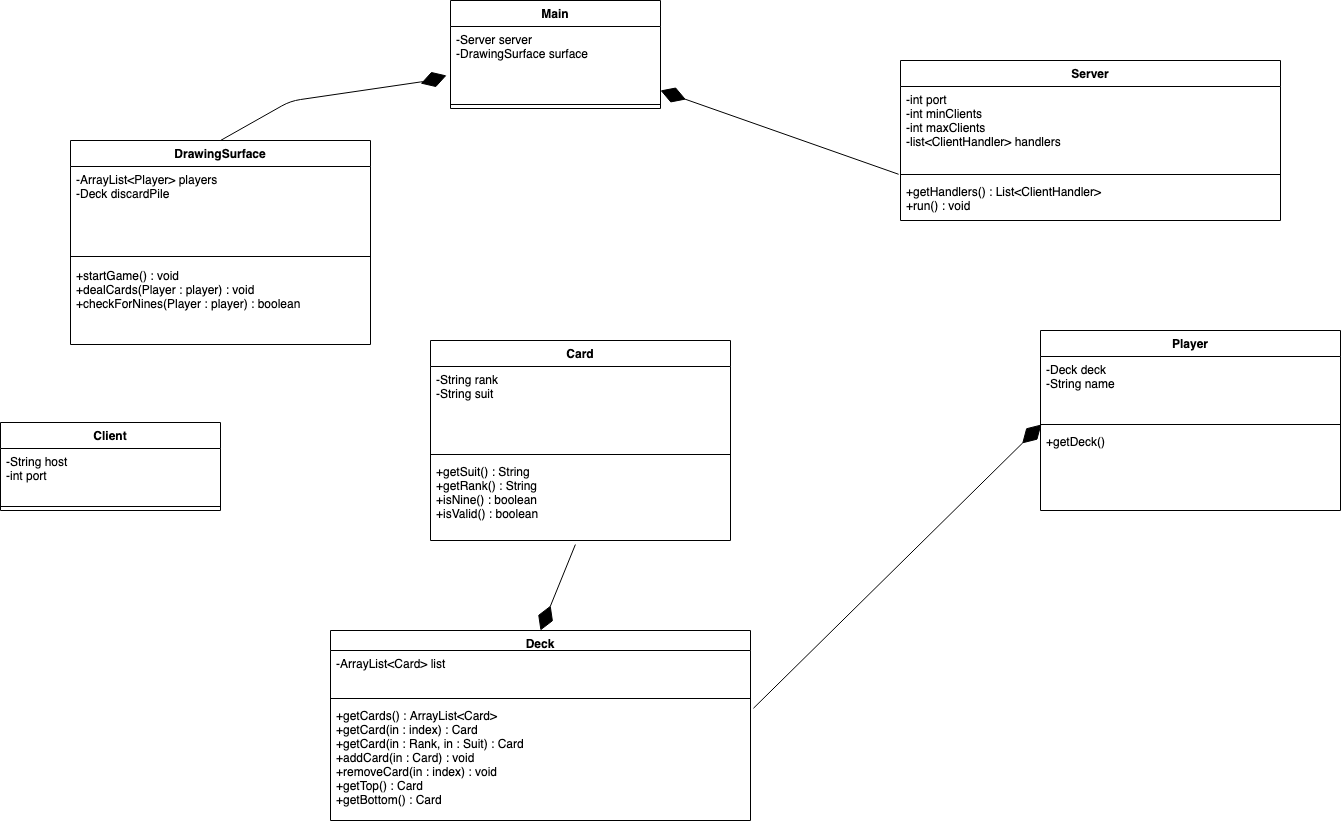
Earlier version of the draw.io export doc/InsaneNines.png (HHSAPCompSci2020/capstone-project-sea). Source tidied: cells renumbered, new cells last; positions are measured from the earlier drawing's top-left corner, leaving out a move shared by most shapes.
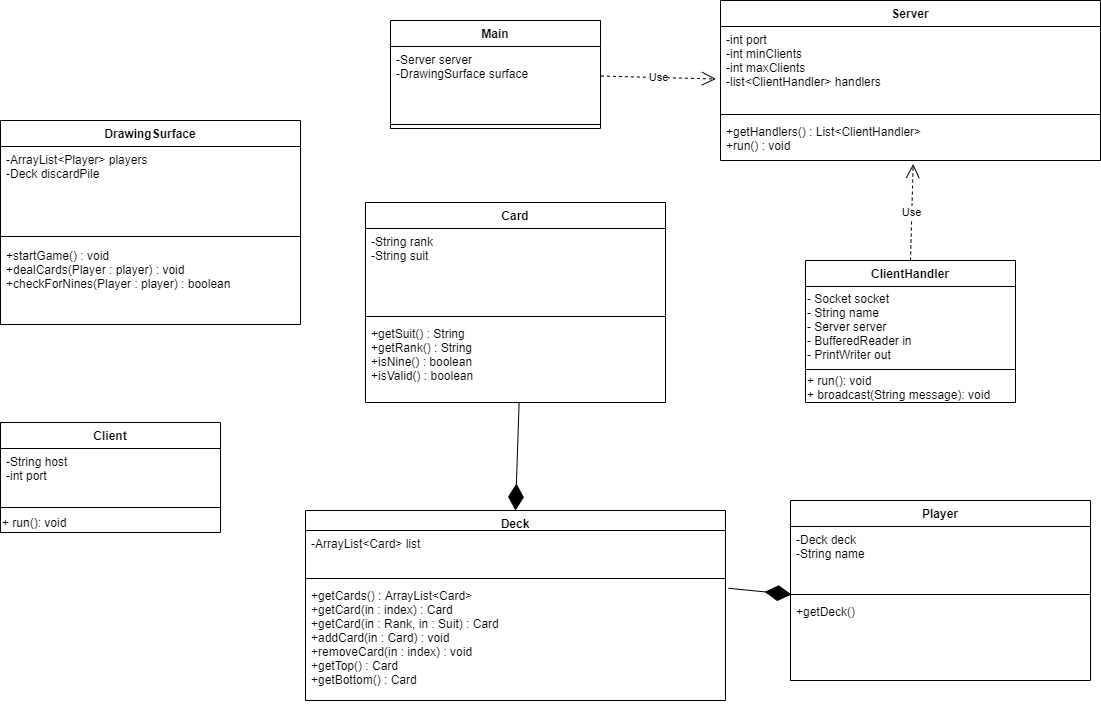
Later version of the same file.

Diff of the diagram source:
```diff
@@ -3,7 +3,7 @@
     <mxCell id="0" />
     <mxCell id="1" parent="0" />
     <mxCell id="2" value="Card" style="swimlane;fontStyle=1;align=center;verticalAlign=top;horizontal=1;startSize=26;" parent="1" vertex="1">
-      <mxGeometry x="430" y="340" width="300" height="200" as="geometry" />
+      <mxGeometry x="435" y="222" width="300" height="200" as="geometry" />
     </mxCell>
     <mxCell id="3" value="-String rank&#10;-String suit&#10;" style="text;strokeColor=none;fillColor=none;align=left;verticalAlign=top;spacingLeft=4;spacingRight=4;overflow=hidden;" parent="2" vertex="1">
       <mxGeometry y="26" width="300" height="84" as="geometry" />
@@ -15,16 +15,19 @@
       <mxGeometry y="118" width="300" height="82" as="geometry" />
     </mxCell>
     <mxCell id="6" value="Client" style="swimlane;fontStyle=1;align=center;verticalAlign=top;horizontal=1;startSize=26;" parent="1" vertex="1">
-      <mxGeometry y="422" width="220" height="88" as="geometry" />
+      <mxGeometry x="70" y="442" width="220" height="110" as="geometry" />
     </mxCell>
-    <mxCell id="7" value="-String host&#10;-int port&#10;" style="text;strokeColor=none;fillColor=none;align=left;verticalAlign=top;spacingLeft=4;spacingRight=4;overflow=hidden;" parent="6" vertex="1">
+    <mxCell id="7" value="-String host&#10;-int port" style="text;strokeColor=none;fillColor=none;align=left;verticalAlign=top;spacingLeft=4;spacingRight=4;overflow=hidden;" parent="6" vertex="1">
       <mxGeometry y="26" width="220" height="54" as="geometry" />
     </mxCell>
     <mxCell id="8" style="line;strokeWidth=1;fillColor=none;align=left;verticalAlign=middle;spacingTop=-1;spacingLeft=3;spacingRight=3;labelPosition=right;" parent="6" vertex="1">
-      <mxGeometry y="80" width="220" height="8" as="geometry" />
+      <mxGeometry y="80" width="220" height="10" as="geometry" />
     </mxCell>
+    <mxCell id="32" value="&lt;span style=&quot;&quot;&gt;+ run(): void&lt;/span&gt;" style="text;html=1;align=left;verticalAlign=middle;strokeColor=none;" parent="6" vertex="1">
+      <mxGeometry y="90" width="220" height="20" as="geometry" />
+    </mxCell>
     <mxCell id="9" value="Main" style="swimlane;fontStyle=1;align=center;verticalAlign=top;horizontal=1;startSize=26;" parent="1" vertex="1">
-      <mxGeometry x="450" width="210" height="108" as="geometry" />
+      <mxGeometry x="460" y="40" width="210" height="108" as="geometry" />
     </mxCell>
     <mxCell id="10" value="-Server server&#10;-DrawingSurface surface&#10;" style="text;strokeColor=none;fillColor=none;align=left;verticalAlign=top;spacingLeft=4;spacingRight=4;overflow=hidden;points=[[0,0.5],[1,0.5]];portConstraint=eastwest;" parent="9" vertex="1">
       <mxGeometry y="26" width="210" height="74" as="geometry" />
@@ -33,7 +36,7 @@
       <mxGeometry y="100" width="210" height="8" as="geometry" />
     </mxCell>
     <mxCell id="12" value="Server " style="swimlane;fontStyle=1;align=center;verticalAlign=top;horizontal=1;startSize=26;" parent="1" vertex="1">
-      <mxGeometry x="900" y="60" width="380" height="160" as="geometry" />
+      <mxGeometry x="790" y="20" width="380" height="160" as="geometry" />
     </mxCell>
     <mxCell id="13" value="-int port&#10;-int minClients&#10;-int maxClients&#10;-list&lt;ClientHandler&gt; handlers" style="text;strokeColor=none;fillColor=none;align=left;verticalAlign=top;spacingLeft=4;spacingRight=4;overflow=hidden;points=[[0,0.5],[1,0.5]];portConstraint=eastwest;" parent="12" vertex="1">
       <mxGeometry y="26" width="380" height="84" as="geometry" />
@@ -45,7 +48,7 @@
       <mxGeometry y="118" width="380" height="42" as="geometry" />
     </mxCell>
     <mxCell id="16" value="Deck" style="swimlane;fontStyle=1;align=center;verticalAlign=top;horizontal=1;startSize=20;" parent="1" vertex="1">
-      <mxGeometry x="330" y="630" width="420" height="190" as="geometry" />
+      <mxGeometry x="375" y="530" width="420" height="190" as="geometry" />
     </mxCell>
     <mxCell id="17" value="-ArrayList&lt;Card&gt; list&#10;" style="text;strokeColor=none;fillColor=none;align=left;verticalAlign=top;spacingLeft=4;spacingRight=4;overflow=hidden;" parent="16" vertex="1">
       <mxGeometry y="20" width="420" height="44" as="geometry" />
@@ -56,21 +59,8 @@
     <mxCell id="19" value="+getCards() : ArrayList&lt;Card&gt;&#10;+getCard(in : index) : Card&#10;+getCard(in : Rank, in : Suit) : Card&#10;+addCard(in : Card) : void&#10;+removeCard(in : index) : void&#10;+getTop() : Card&#10;+getBottom() : Card&#10;&#10;&#10;" style="text;strokeColor=none;fillColor=none;align=left;verticalAlign=top;spacingLeft=4;spacingRight=4;overflow=hidden;points=[[0,0.5],[1,0.5]];portConstraint=eastwest;" parent="16" vertex="1">
       <mxGeometry y="72" width="420" height="118" as="geometry" />
     </mxCell>
-    <mxCell id="20" style="endArrow=diamondThin;endFill=1;endSize=24;html=1;entryX=-0.019;entryY=0.662;entryDx=0;entryDy=0;entryPerimeter=0;exitX=0.5;exitY=0;exitDx=0;exitDy=0;" parent="1" edge="1" source="26" target="10">
-      <mxGeometry relative="1" as="geometry">
-        <Array as="points">
-          <mxPoint x="290" y="100.5" />
-          <mxPoint x="430" y="80" />
-        </Array>
-      </mxGeometry>
-    </mxCell>
-    <mxCell id="21" style="endArrow=diamondThin;endFill=1;endSize=24;html=1;exitX=-0.005;exitY=1.045;exitDx=0;exitDy=0;exitPerimeter=0;" parent="1" edge="1" source="13">
-      <mxGeometry relative="1" as="geometry">
-        <mxPoint x="660" y="90" as="targetPoint" />
-      </mxGeometry>
-    </mxCell>
     <mxCell id="22" value="Player" style="swimlane;fontStyle=1;align=center;verticalAlign=top;horizontal=1;startSize=26;" parent="1" vertex="1">
-      <mxGeometry x="1040" y="330" width="300" height="180" as="geometry" />
+      <mxGeometry x="860" y="520" width="300" height="180" as="geometry" />
     </mxCell>
     <mxCell id="23" value="-Deck deck&#10;-String name" style="text;strokeColor=none;fillColor=none;align=left;verticalAlign=top;spacingLeft=4;spacingRight=4;overflow=hidden;" parent="22" vertex="1">
       <mxGeometry y="26" width="300" height="64" as="geometry" />
@@ -96,8 +86,26 @@
     <mxCell id="30" style="endArrow=diamondThin;endFill=1;endSize=24;html=1;exitX=1.007;exitY=0.049;exitDx=0;exitDy=0;exitPerimeter=0;entryX=0.003;entryY=-0.049;entryDx=0;entryDy=0;entryPerimeter=0;" parent="1" edge="1" source="19" target="25">
       <mxGeometry relative="1" as="geometry" />
     </mxCell>
-    <mxCell id="31" style="endArrow=diamondThin;endFill=1;endSize=24;html=1;exitX=0.483;exitY=1.049;exitDx=0;exitDy=0;exitPerimeter=0;entryX=0.5;entryY=0;entryDx=0;entryDy=0;" parent="1" edge="1" source="5" target="16">
+    <mxCell id="31" style="endArrow=diamondThin;endFill=1;endSize=24;html=1;exitX=0.512;exitY=1.006;exitDx=0;exitDy=0;exitPerimeter=0;entryX=0.5;entryY=0;entryDx=0;entryDy=0;" parent="1" edge="1" source="5" target="16">
       <mxGeometry relative="1" as="geometry" />
     </mxCell>
+    <mxCell id="33" value="Use" style="endArrow=open;endSize=12;dashed=1;html=1;entryX=-0.012;entryY=0.625;entryDx=0;entryDy=0;entryPerimeter=0;exitX=1.002;exitY=0.399;exitDx=0;exitDy=0;exitPerimeter=0;" parent="1" edge="1" source="10" target="13">
+      <mxGeometry relative="1" as="geometry" />
+    </mxCell>
+    <mxCell id="34" value="ClientHandler" style="swimlane;fontStyle=1;align=center;verticalAlign=top;horizontal=1;startSize=26;" parent="1" vertex="1">
+      <mxGeometry x="875" y="280" width="210" height="142" as="geometry" />
+    </mxCell>
+    <mxCell id="35" value="&lt;div&gt;- Socket socket&lt;/div&gt;&lt;div&gt;- String name&lt;/div&gt;&lt;div&gt;- Server server&lt;/div&gt;&lt;div&gt;- BufferedReader in&lt;/div&gt;&lt;div&gt;- PrintWriter out&lt;/div&gt;" style="text;html=1;align=left;verticalAlign=middle;strokeColor=none;" parent="34" vertex="1">
+      <mxGeometry y="26" width="210" height="80" as="geometry" />
+    </mxCell>
+    <mxCell id="36" style="line;strokeWidth=1;fillColor=none;align=left;verticalAlign=middle;spacingTop=-1;spacingLeft=3;spacingRight=3;labelPosition=right;" parent="34" vertex="1">
+      <mxGeometry y="106" width="210" height="6" as="geometry" />
+    </mxCell>
+    <mxCell id="37" value="+ run(): void&lt;br&gt;+ broadcast(String message): void" style="text;html=1;align=left;verticalAlign=middle;strokeColor=none;" parent="34" vertex="1">
+      <mxGeometry y="112" width="210" height="30" as="geometry" />
+    </mxCell>
+    <mxCell id="38" value="Use" style="endArrow=open;endSize=12;dashed=1;html=1;entryX=0.507;entryY=1.083;entryDx=0;entryDy=0;entryPerimeter=0;exitX=0.5;exitY=0;exitDx=0;exitDy=0;" parent="1" edge="1" source="34" target="15">
+      <mxGeometry relative="1" as="geometry" />
+    </mxCell>
   </root>
 </mxGraphModel>
```
